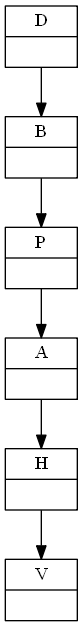
Earlier version of the Graphviz export Reportes/Cola.png (hr9457/EDD_1S2020_PY1_201314296). Its source is kept beside it as ArchivosDot/Cola.dot. Source of this version:
```dot
digraph Cola {
Nodo0[shape=record,label="{D|<next>}"];
Nodo1[shape=record,label="{B|<next>}"];
Nodo2[shape=record,label="{P|<next>}"];
Nodo3[shape=record,label="{A|<next>}"];
Nodo4[shape=record,label="{H|<next>}"];
Nodo5[shape=record,label="{V|<next>}"];
Nodo0->Nodo1;
Nodo1->Nodo2;
Nodo2->Nodo3;
Nodo3->Nodo4;
Nodo4->Nodo5;
}
```
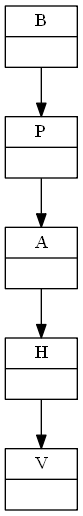
After the commit.

Commit message:
metodo eliminar fichas en la cola

Change to the diagram source:
```diff
@@ -1,13 +1,11 @@
 digraph Cola {
-Nodo0[shape=record,label="{D|<next>}"];
-Nodo1[shape=record,label="{B|<next>}"];
-Nodo2[shape=record,label="{P|<next>}"];
-Nodo3[shape=record,label="{A|<next>}"];
-Nodo4[shape=record,label="{H|<next>}"];
-Nodo5[shape=record,label="{V|<next>}"];
+Nodo0[shape=record,label="{B|<next>}"];
+Nodo1[shape=record,label="{P|<next>}"];
+Nodo2[shape=record,label="{A|<next>}"];
+Nodo3[shape=record,label="{H|<next>}"];
+Nodo4[shape=record,label="{V|<next>}"];
 Nodo0->Nodo1;
 Nodo1->Nodo2;
 Nodo2->Nodo3;
 Nodo3->Nodo4;
-Nodo4->Nodo5;
 }
```
